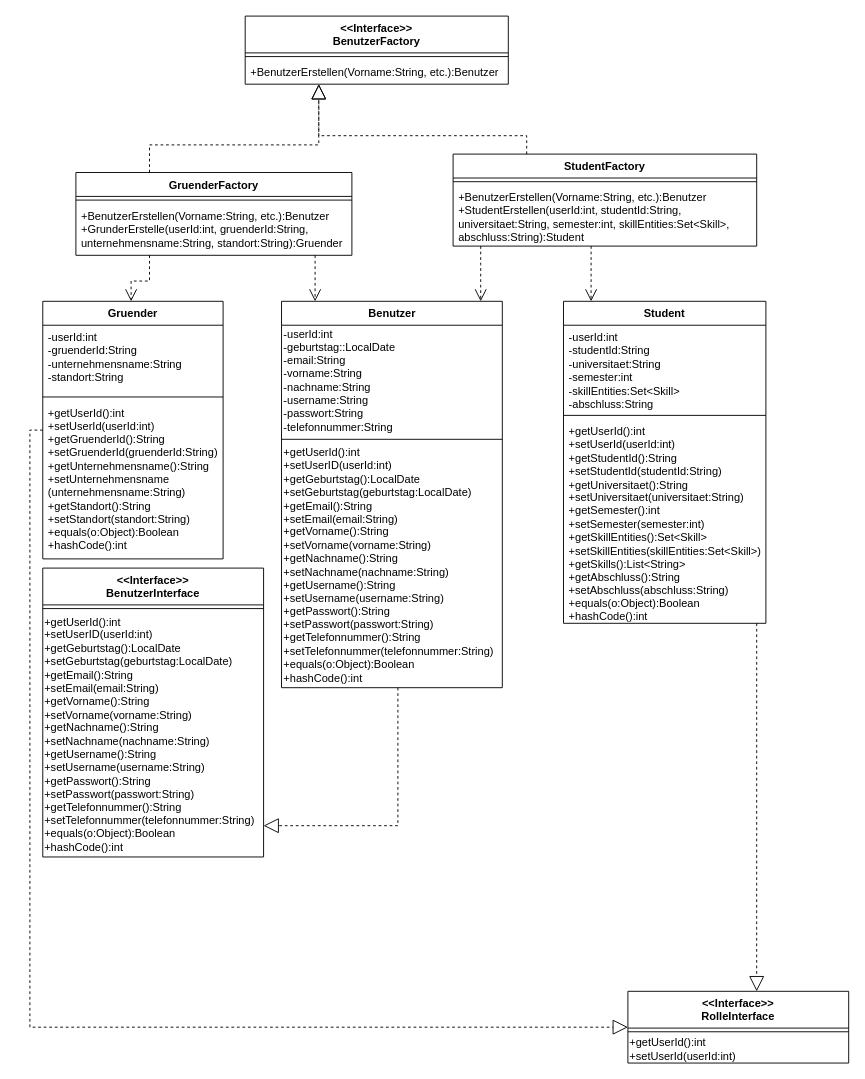
Earlier version of the draw.io diagram Dokumentation/Klassendiagramm für Proxy und Factory/BenutzerGruenderStudentFactory.drawio (Bahadirgithub/Spring-Boot-Projekt-mit-DevSecOps-und-CI-CD-Pipeline). Source tidied: cells renumbered, new cells numbered last; positions are measured from the earlier drawing's top-left corner, leaving out a move shared by most shapes. Both pictures are drawn from the tidied source at 92%, with x=0, y=0 at pixel (29, 16).
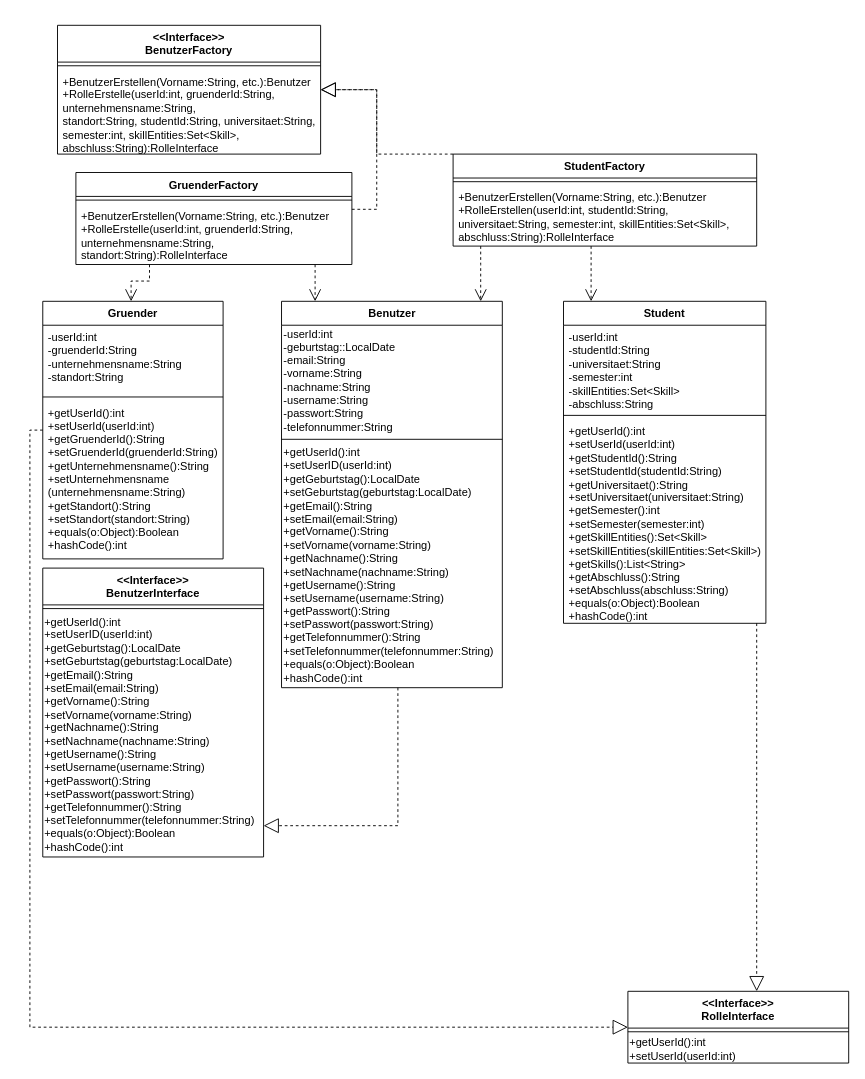
Above is the later version.

Commit message (it also covers changes not shown here):
BenutzerGruenderStudentFactory neu gemacht

Unchanged cells that the change refers to:
```xml
<mxCell id="8" value="StudentFactory" style="swimlane;fontStyle=1;align=center;verticalAlign=top;horizontal=1;startSize=26;whiteSpace=wrap;html=1;" parent="1" vertex="1">
  <mxGeometry x="460" y="150" width="330" height="100" as="geometry" />
</mxCell>
```

Change to the diagram source:
```diff
@@
     <mxCell id="2" value="&lt;div&gt;&amp;lt;&amp;lt;Interface&amp;gt;&amp;gt;&lt;/div&gt;BenutzerFactory" style="swimlane;fontStyle=1;align=center;verticalAlign=top;horizontal=1;startSize=40;whiteSpace=wrap;html=1;" parent="1" vertex="1">
-      <mxGeometry x="234" width="286" height="74" as="geometry" />
+      <mxGeometry x="30" y="10" width="286" height="140" as="geometry" />
     </mxCell>
@@
-    <mxCell id="4" value="+BenutzerErstellen(Vorname:String, etc.):Benutzer" style="text;strokeColor=none;fillColor=none;align=left;verticalAlign=top;spacingLeft=4;spacingRight=4;overflow=hidden;whiteSpace=wrap;html=1;" parent="2" vertex="1">
-      <mxGeometry y="48" width="286" height="26" as="geometry" />
+    <mxCell id="4" value="+BenutzerErstellen(Vorname:String, etc.):Benutzer&lt;div&gt;+RolleErstelle(&lt;span style=&quot;color: light-dark(rgb(0, 0, 0), rgb(255, 255, 255)); background-color: transparent;&quot;&gt;userId:int,&amp;nbsp;&lt;/span&gt;&lt;span style=&quot;background-color: transparent; color: light-dark(rgb(0, 0, 0), rgb(255, 255, 255));&quot;&gt;gruenderId:String&lt;/span&gt;&lt;span style=&quot;background-color: transparent; color: light-dark(rgb(0, 0, 0), rgb(255, 255, 255));&quot;&gt;, unternehmensname:String&lt;/span&gt;&lt;span style=&quot;background-color: transparent; color: light-dark(rgb(0, 0, 0), rgb(255, 255, 255));&quot;&gt;, standort:String,&amp;nbsp;&lt;/span&gt;&lt;span style=&quot;background-color: transparent; color: light-dark(rgb(0, 0, 0), rgb(255, 255, 255));&quot;&gt;studentId:String&lt;/span&gt;&lt;span style=&quot;background-color: transparent; color: light-dark(rgb(0, 0, 0), rgb(255, 255, 255));&quot;&gt;, universitaet:String&lt;/span&gt;&lt;span style=&quot;background-color: transparent; color: light-dark(rgb(0, 0, 0), rgb(255, 255, 255));&quot;&gt;, semester:int&lt;/span&gt;&lt;span style=&quot;background-color: transparent; color: light-dark(rgb(0, 0, 0), rgb(255, 255, 255));&quot;&gt;, skillEntities:Set&amp;lt;Skill&amp;gt;&lt;/span&gt;&lt;span style=&quot;background-color: transparent; color: light-dark(rgb(0, 0, 0), rgb(255, 255, 255));&quot;&gt;, abschluss:String&lt;/span&gt;&lt;span style=&quot;background-color: transparent; color: light-dark(rgb(0, 0, 0), rgb(255, 255, 255));&quot;&gt;):RolleInterface&lt;/span&gt;&lt;/div&gt;" style="text;strokeColor=none;fillColor=none;align=left;verticalAlign=top;spacingLeft=4;spacingRight=4;overflow=hidden;whiteSpace=wrap;html=1;" parent="2" vertex="1">
+      <mxGeometry y="48" width="286" height="92" as="geometry" />
     </mxCell>
     <mxCell id="5" value="GruenderFactory" style="swimlane;fontStyle=1;align=center;verticalAlign=top;horizontal=1;startSize=26;whiteSpace=wrap;html=1;" parent="1" vertex="1">
-      <mxGeometry x="50" y="170" width="300" height="90" as="geometry" />
+      <mxGeometry x="50" y="170" width="300" height="100" as="geometry" />
     </mxCell>
@@
-    <mxCell id="7" value="+BenutzerErstellen(Vorname:String, etc.):Benutzer&lt;div&gt;+GrunderErstelle(&lt;span style=&quot;background-color: transparent; color: light-dark(rgb(0, 0, 0), rgb(255, 255, 255));&quot;&gt;userId:int&lt;/span&gt;&lt;span style=&quot;background-color: transparent; color: light-dark(rgb(0, 0, 0), rgb(255, 255, 255));&quot;&gt;, gruenderId:String&lt;/span&gt;&lt;span style=&quot;background-color: transparent; color: light-dark(rgb(0, 0, 0), rgb(255, 255, 255));&quot;&gt;, unternehmensname:String&lt;/span&gt;&lt;span style=&quot;background-color: transparent; color: light-dark(rgb(0, 0, 0), rgb(255, 255, 255));&quot;&gt;, standort:String&lt;/span&gt;&lt;span style=&quot;background-color: transparent; color: light-dark(rgb(0, 0, 0), rgb(255, 255, 255));&quot;&gt;):Gruender&lt;/span&gt;&lt;/div&gt;" style="text;strokeColor=none;fillColor=none;align=left;verticalAlign=top;spacingLeft=4;spacingRight=4;overflow=hidden;whiteSpace=wrap;html=1;" parent="5" vertex="1">
-      <mxGeometry y="34" width="300" height="56" as="geometry" />
+    <mxCell id="7" value="+BenutzerErstellen(Vorname:String, etc.):Benutzer&lt;div&gt;+RolleErstelle(&lt;span style=&quot;background-color: transparent; color: light-dark(rgb(0, 0, 0), rgb(255, 255, 255));&quot;&gt;userId:int&lt;/span&gt;&lt;span style=&quot;background-color: transparent; color: light-dark(rgb(0, 0, 0), rgb(255, 255, 255));&quot;&gt;, gruenderId:String&lt;/span&gt;&lt;span style=&quot;background-color: transparent; color: light-dark(rgb(0, 0, 0), rgb(255, 255, 255));&quot;&gt;, unternehmensname:String&lt;/span&gt;&lt;span style=&quot;background-color: transparent; color: light-dark(rgb(0, 0, 0), rgb(255, 255, 255));&quot;&gt;, standort:String&lt;/span&gt;&lt;span style=&quot;background-color: transparent; color: light-dark(rgb(0, 0, 0), rgb(255, 255, 255));&quot;&gt;):RolleInterface&lt;/span&gt;&lt;/div&gt;" style="text;strokeColor=none;fillColor=none;align=left;verticalAlign=top;spacingLeft=4;spacingRight=4;overflow=hidden;whiteSpace=wrap;html=1;" parent="5" vertex="1">
+      <mxGeometry y="34" width="300" height="66" as="geometry" />
     </mxCell>
@@
-    <mxCell id="10" value="+BenutzerErstellen(Vorname:String, etc.):Benutzer&lt;div&gt;+StudentErstellen(&lt;span style=&quot;background-color: transparent; color: light-dark(rgb(0, 0, 0), rgb(255, 255, 255));&quot;&gt;userId:int&lt;/span&gt;&lt;span style=&quot;background-color: transparent; color: light-dark(rgb(0, 0, 0), rgb(255, 255, 255));&quot;&gt;, studentId:String&lt;/span&gt;&lt;span style=&quot;background-color: transparent; color: light-dark(rgb(0, 0, 0), rgb(255, 255, 255));&quot;&gt;, universitaet:String&lt;/span&gt;&lt;span style=&quot;background-color: transparent; color: light-dark(rgb(0, 0, 0), rgb(255, 255, 255));&quot;&gt;, semester:int&lt;/span&gt;&lt;span style=&quot;background-color: transparent; color: light-dark(rgb(0, 0, 0), rgb(255, 255, 255));&quot;&gt;, skillEntities:Set&amp;lt;Skill&amp;gt;&lt;/span&gt;&lt;span style=&quot;background-color: transparent; color: light-dark(rgb(0, 0, 0), rgb(255, 255, 255));&quot;&gt;, abschluss:String&lt;/span&gt;&lt;span style=&quot;background-color: transparent; color: light-dark(rgb(0, 0, 0), rgb(255, 255, 255));&quot;&gt;):Student&lt;/span&gt;&lt;/div&gt;" style="text;strokeColor=none;fillColor=none;align=left;verticalAlign=top;spacingLeft=4;spacingRight=4;overflow=hidden;whiteSpace=wrap;html=1;" parent="8" vertex="1">
+    <mxCell id="10" value="+BenutzerErstellen(Vorname:String, etc.):Benutzer&lt;div&gt;+RolleErstellen(&lt;span style=&quot;background-color: transparent; color: light-dark(rgb(0, 0, 0), rgb(255, 255, 255));&quot;&gt;userId:int&lt;/span&gt;&lt;span style=&quot;background-color: transparent; color: light-dark(rgb(0, 0, 0), rgb(255, 255, 255));&quot;&gt;, studentId:String&lt;/span&gt;&lt;span style=&quot;background-color: transparent; color: light-dark(rgb(0, 0, 0), rgb(255, 255, 255));&quot;&gt;, universitaet:String&lt;/span&gt;&lt;span style=&quot;background-color: transparent; color: light-dark(rgb(0, 0, 0), rgb(255, 255, 255));&quot;&gt;, semester:int&lt;/span&gt;&lt;span style=&quot;background-color: transparent; color: light-dark(rgb(0, 0, 0), rgb(255, 255, 255));&quot;&gt;, skillEntities:Set&amp;lt;Skill&amp;gt;&lt;/span&gt;&lt;span style=&quot;background-color: transparent; color: light-dark(rgb(0, 0, 0), rgb(255, 255, 255));&quot;&gt;, abschluss:String&lt;/span&gt;&lt;span style=&quot;background-color: transparent; color: light-dark(rgb(0, 0, 0), rgb(255, 255, 255));&quot;&gt;):&lt;/span&gt;&lt;span style=&quot;background-color: transparent; color: light-dark(rgb(0, 0, 0), rgb(255, 255, 255));&quot;&gt;RolleInterface&lt;/span&gt;&lt;/div&gt;" style="text;strokeColor=none;fillColor=none;align=left;verticalAlign=top;spacingLeft=4;spacingRight=4;overflow=hidden;whiteSpace=wrap;html=1;" parent="8" vertex="1">
       <mxGeometry y="34" width="330" height="66" as="geometry" />
     </mxCell>
     <mxCell id="11" style="endArrow=block;html=1;rounded=0;edgeStyle=orthogonalEdgeStyle;endFill=0;strokeWidth=1;endSize=14;dashed=1;" parent="1" edge="1" source="5" target="2">
       <mxGeometry relative="1" as="geometry">
         <Array as="points">
-          <mxPoint x="130" y="140" />
-          <mxPoint x="314" y="140" />
+          <mxPoint x="377" y="210" />
         </Array>
       </mxGeometry>
     </mxCell>
     <mxCell id="12" style="endArrow=block;html=1;rounded=0;edgeStyle=orthogonalEdgeStyle;endFill=0;strokeWidth=1;endSize=14;dashed=1;" parent="1" edge="1" source="8" target="2">
       <mxGeometry relative="1" as="geometry">
         <Array as="points">
-          <mxPoint x="540" y="130" />
-          <mxPoint x="314" y="130" />
+          <mxPoint x="377" y="150" />
         </Array>
       </mxGeometry>
     </mxCell>
```
